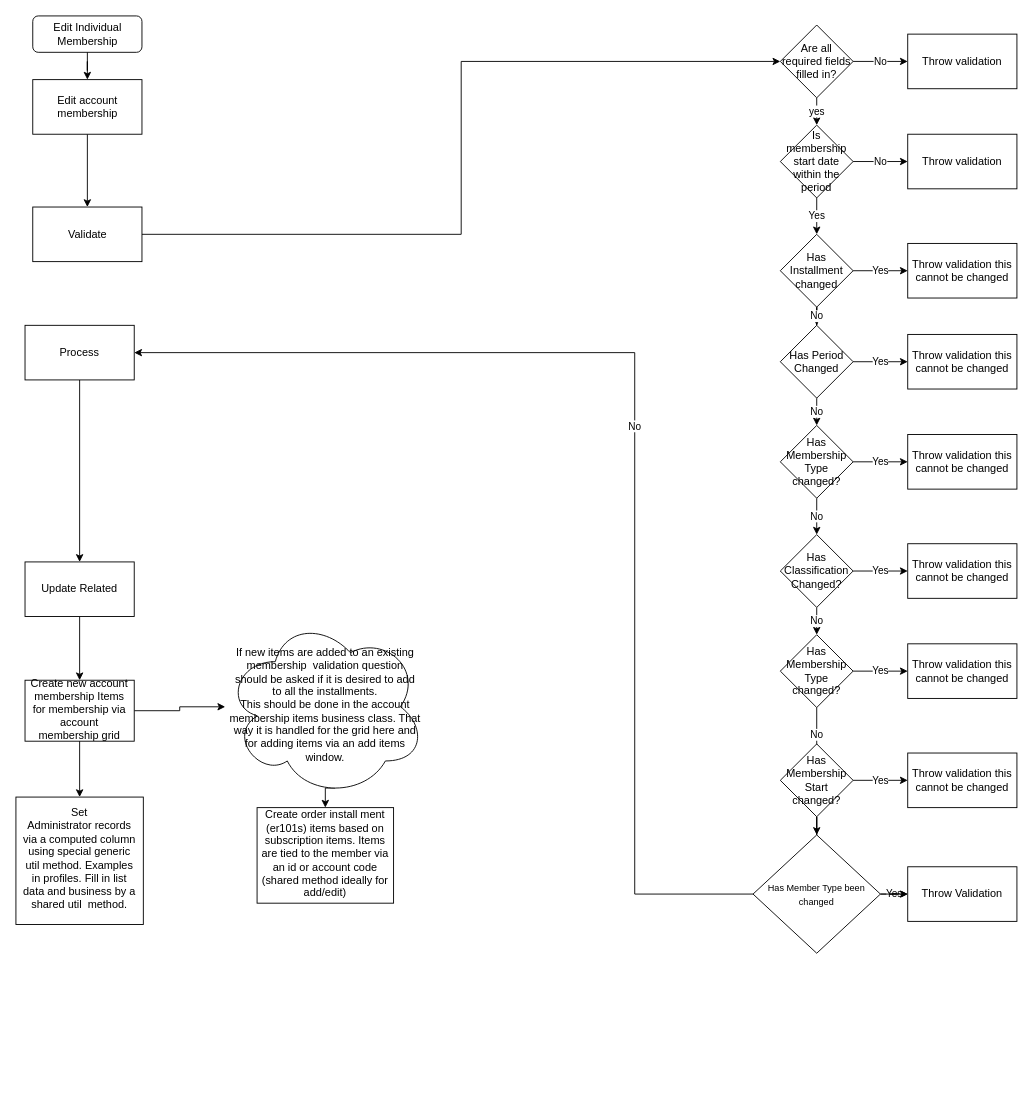
The draw.io diagram MembershipEditIndividualWorkFlow.drawio in shelbyharris/Membership, before the edit. Source tidied: cells renumbered, new cells numbered last; positions are measured from the earlier drawing's top-left corner, leaving out a move shared by most shapes. Both pictures are drawn from the tidied source at 91%, with x=0, y=0 at pixel (15, 15).
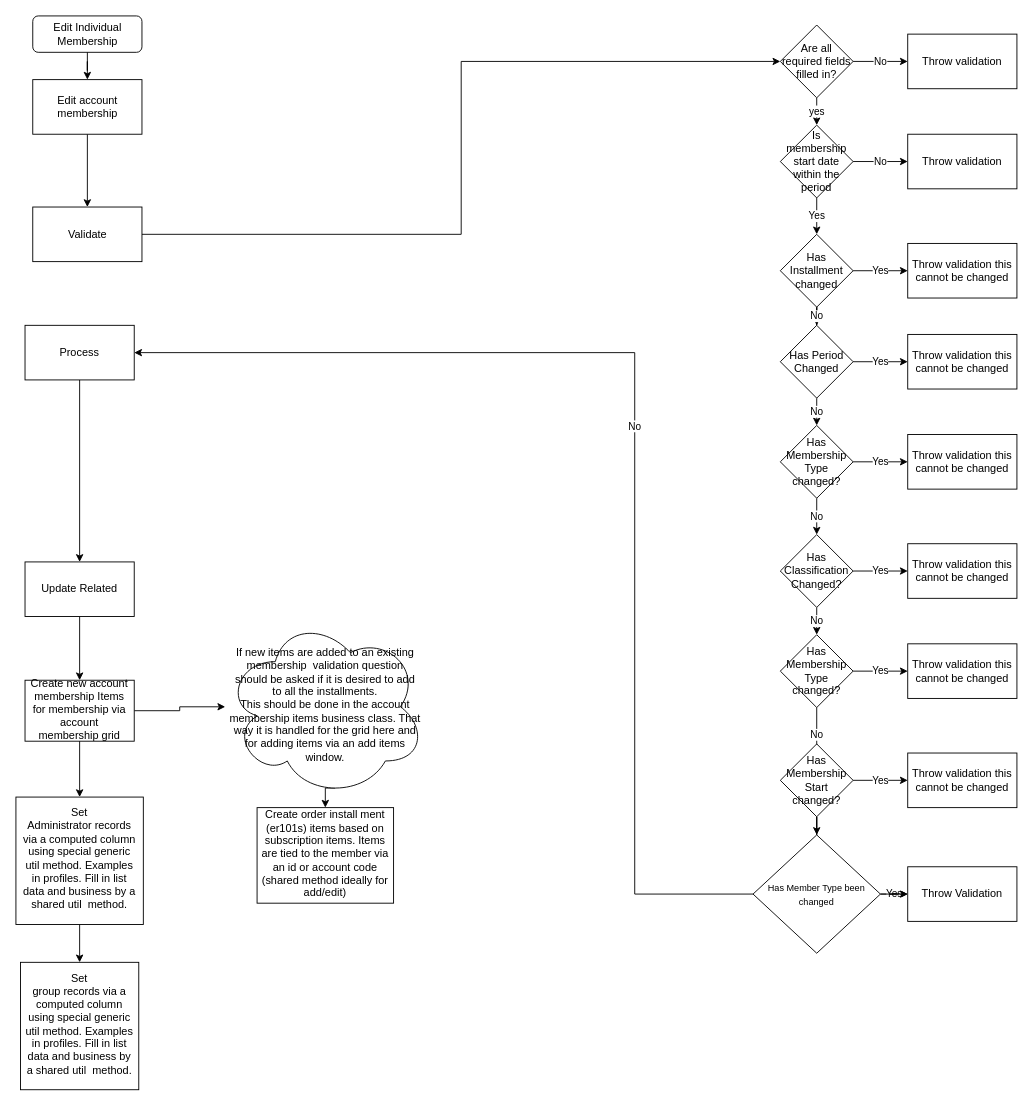
Above is the later version.

The change refers to these unchanged cells:
```xml
<mxCell id="24" value="Set&lt;br&gt;Administrator records via a computed column using special generic util method. Examples in profiles. Fill in list data and business by a shared util&amp;nbsp; method." style="whiteSpace=wrap;html=1;shadow=0;strokeWidth=1;spacing=6;spacingTop=-4;" parent="1" vertex="1">
  <mxGeometry y="858.4" width="140" height="140" as="geometry" />
</mxCell>
```

Diff of the diagram source:
```diff
@@
+    <mxCell id="56" style="edgeStyle=orthogonalEdgeStyle;rounded=0;jettySize=auto;html=1;entryX=0.5;entryY=0;entryDx=0;entryDy=0;" parent="1" edge="1" source="24" target="57">
+      <mxGeometry relative="1" as="geometry" />
+    </mxCell>
@@
+    <mxCell id="57" value="Set&lt;br&gt;group records via a computed column using special generic util method. Examples in profiles. Fill in list data and business by a shared util&amp;nbsp; method." style="whiteSpace=wrap;html=1;shadow=0;strokeWidth=1;spacing=6;spacingTop=-4;" parent="1" vertex="1">
+      <mxGeometry x="5" y="1040" width="130" height="140" as="geometry" />
+    </mxCell>
```
